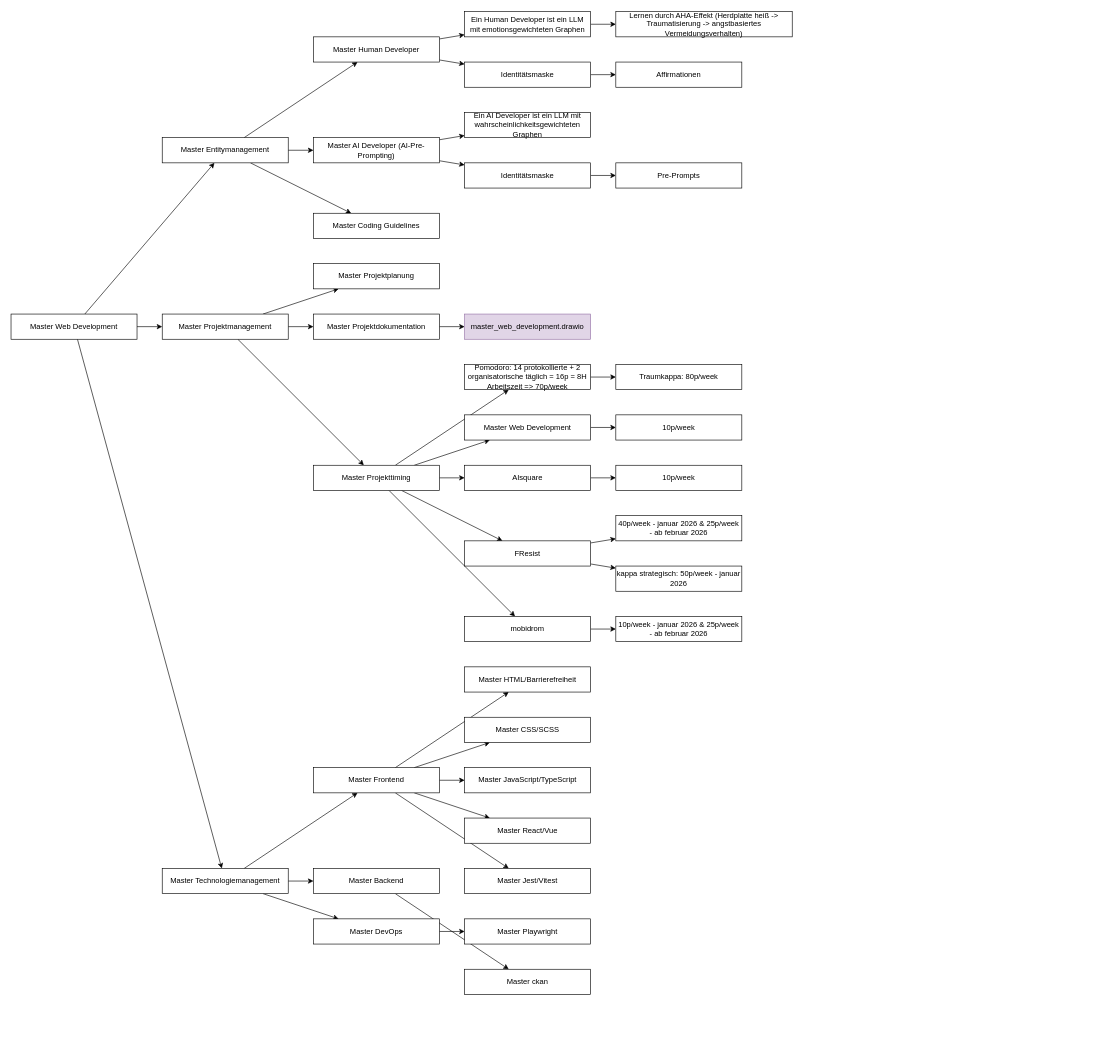
This is master_web_development.drawio from kephalosk/drawio-diagrams, a draw.io file, before an edit. Source tidied: cells renumbered, new cells numbered last; positions are measured from the earlier drawing's top-left corner, leaving out a move shared by most shapes. Both pictures are drawn from the tidied source at 63%, with x=0, y=0 at pixel (11, 11).
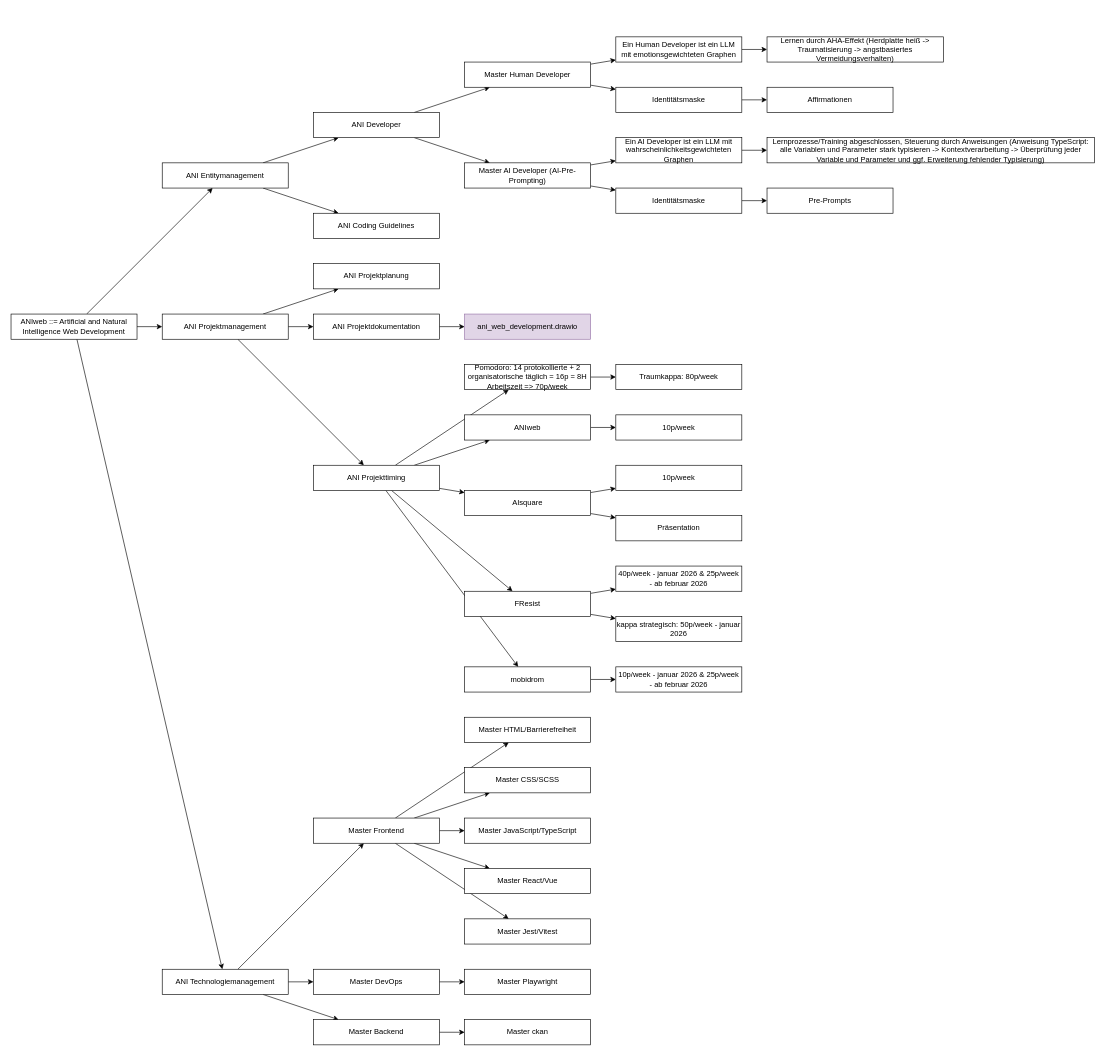
The same page after the edit.

The edit, as a diff of the source:
```diff
@@
-    <mxCell id="5" value="Master Web Development" style="rounded=0;whiteSpace=wrap;html=1;" parent="1" vertex="1">
+    <mxCell id="5" value="ANIweb ::= Artificial and Natural Intelligence Web Development" style="rounded=0;whiteSpace=wrap;html=1;" parent="1" vertex="1">
       <mxGeometry y="480" width="200" height="40" as="geometry" />
     </mxCell>
@@
-    <mxCell id="9" value="Master Projektmanagement" style="rounded=0;whiteSpace=wrap;html=1;" parent="1" vertex="1">
+    <mxCell id="9" value="ANI Projektmanagement" style="rounded=0;whiteSpace=wrap;html=1;" parent="1" vertex="1">
       <mxGeometry x="240" y="480" width="200" height="40" as="geometry" />
     </mxCell>
-    <mxCell id="10" style="rounded=0;jettySize=auto;html=1;" parent="1" edge="1" source="13" target="19">
-      <mxGeometry relative="1" as="geometry" />
-    </mxCell>
-    <mxCell id="11" style="edgeStyle=none;rounded=0;jettySize=auto;html=1;" parent="1" edge="1" source="13" target="16">
-      <mxGeometry relative="1" as="geometry" />
-    </mxCell>
@@
+    <mxCell id="79" style="edgeStyle=none;rounded=0;jettySize=auto;html=1;" parent="1" edge="1" source="13" target="84">
+      <mxGeometry relative="1" as="geometry" />
+    </mxCell>
-    <mxCell id="13" value="Master Entitymanagement" style="rounded=0;whiteSpace=wrap;html=1;" parent="1" vertex="1">
-      <mxGeometry x="240" y="200" width="200" height="40" as="geometry" />
+    <mxCell id="13" value="ANI Entitymanagement" style="rounded=0;whiteSpace=wrap;html=1;" parent="1" vertex="1">
+      <mxGeometry x="240" y="240" width="200" height="40" as="geometry" />
     </mxCell>
-    <mxCell id="14" style="edgeStyle=none;rounded=0;jettySize=auto;html=1;" parent="1" edge="1" source="16" target="21">
-      <mxGeometry relative="1" as="geometry" />
-    </mxCell>
-    <mxCell id="15" style="edgeStyle=none;rounded=0;jettySize=auto;html=1;" parent="1" edge="1" source="16" target="24">
-      <mxGeometry relative="1" as="geometry" />
-    </mxCell>
-    <mxCell id="16" value="Master Human Developer" style="rounded=0;whiteSpace=wrap;html=1;" parent="1" vertex="1">
-      <mxGeometry x="480" y="40" width="200" height="40" as="geometry" />
-    </mxCell>
-    <mxCell id="17" style="edgeStyle=none;rounded=0;jettySize=auto;html=1;" parent="1" edge="1" source="19" target="22">
-      <mxGeometry relative="1" as="geometry" />
-    </mxCell>
-    <mxCell id="18" style="edgeStyle=none;rounded=0;jettySize=auto;html=1;" parent="1" edge="1" source="19" target="26">
-      <mxGeometry relative="1" as="geometry" />
-    </mxCell>
-    <mxCell id="19" value="Master AI Developer (AI-Pre-Prompting)" style="rounded=0;whiteSpace=wrap;html=1;" parent="1" vertex="1">
-      <mxGeometry x="480" y="200" width="200" height="40" as="geometry" />
-    </mxCell>
-    <mxCell id="20" style="edgeStyle=none;rounded=0;jettySize=auto;html=1;" parent="1" edge="1" source="21" target="34">
-      <mxGeometry relative="1" as="geometry" />
-    </mxCell>
-    <mxCell id="21" value="Ein Human Developer ist ein LLM mit emotionsgewichteten Graphen" style="rounded=0;whiteSpace=wrap;html=1;" parent="1" vertex="1">
-      <mxGeometry x="720" width="200" height="40" as="geometry" />
-    </mxCell>
-    <mxCell id="22" value="Ein AI Developer ist ein LLM mit wahrscheinlichkeitsgewichteten Graphen" style="rounded=0;whiteSpace=wrap;html=1;" parent="1" vertex="1">
-      <mxGeometry x="720" y="160" width="200" height="40" as="geometry" />
-    </mxCell>
-    <mxCell id="23" style="edgeStyle=none;rounded=0;jettySize=auto;html=1;" parent="1" edge="1" source="24" target="32">
-      <mxGeometry relative="1" as="geometry" />
-    </mxCell>
-    <mxCell id="24" value="Identitätsmaske" style="rounded=0;whiteSpace=wrap;html=1;" parent="1" vertex="1">
-      <mxGeometry x="720" y="80" width="200" height="40" as="geometry" />
-    </mxCell>
-    <mxCell id="25" style="edgeStyle=none;rounded=0;jettySize=auto;html=1;" parent="1" edge="1" source="26" target="33">
-      <mxGeometry relative="1" as="geometry" />
-    </mxCell>
-    <mxCell id="26" value="Identitätsmaske" style="rounded=0;whiteSpace=wrap;html=1;" parent="1" vertex="1">
-      <mxGeometry x="720" y="240" width="200" height="40" as="geometry" />
-    </mxCell>
-    <mxCell id="27" value="Master Projektplanung" style="rounded=0;whiteSpace=wrap;html=1;" parent="1" vertex="1">
+    <mxCell id="27" value="ANI Projektplanung" style="rounded=0;whiteSpace=wrap;html=1;" parent="1" vertex="1">
       <mxGeometry x="480" y="400" width="200" height="40" as="geometry" />
     </mxCell>
@@
-    <mxCell id="31" value="Master Technologiemanagement" style="rounded=0;whiteSpace=wrap;html=1;" parent="1" vertex="1">
-      <mxGeometry x="240" y="1360" width="200" height="40" as="geometry" />
+    <mxCell id="31" value="ANI Technologiemanagement" style="rounded=0;whiteSpace=wrap;html=1;" parent="1" vertex="1">
+      <mxGeometry x="240" y="1520" width="200" height="40" as="geometry" />
     </mxCell>
-    <mxCell id="32" value="Affirmationen" style="rounded=0;whiteSpace=wrap;html=1;" parent="1" vertex="1">
-      <mxGeometry x="960" y="80" width="200" height="40" as="geometry" />
-    </mxCell>
-    <mxCell id="33" value="Pre-Prompts" style="rounded=0;whiteSpace=wrap;html=1;" parent="1" vertex="1">
-      <mxGeometry x="960" y="240" width="200" height="40" as="geometry" />
-    </mxCell>
-    <mxCell id="34" value="Lernen durch AHA-Effekt (Herdplatte heiß -&amp;gt; Traumatisierung -&amp;gt; angstbasiertes Vermeidungsverhalten)" style="rounded=0;whiteSpace=wrap;html=1;" parent="1" vertex="1">
-      <mxGeometry x="960" width="280" height="40" as="geometry" />
-    </mxCell>
@@
-    <mxCell id="40" value="Master Projekttiming" style="rounded=0;whiteSpace=wrap;html=1;" parent="1" vertex="1">
+    <mxCell id="40" value="ANI Projekttiming" style="rounded=0;whiteSpace=wrap;html=1;" parent="1" vertex="1">
       <mxGeometry x="480" y="720" width="200" height="40" as="geometry" />
     </mxCell>
@@
-    <mxCell id="42" value="Master Projektdokumentation" style="rounded=0;whiteSpace=wrap;html=1;" parent="1" vertex="1">
+    <mxCell id="42" value="ANI Projektdokumentation" style="rounded=0;whiteSpace=wrap;html=1;" parent="1" vertex="1">
       <mxGeometry x="480" y="480" width="200" height="40" as="geometry" />
     </mxCell>
-    <mxCell id="43" value="Master Coding Guidelines" style="rounded=0;whiteSpace=wrap;html=1;" parent="1" vertex="1">
+    <mxCell id="43" value="ANI Coding Guidelines" style="rounded=0;whiteSpace=wrap;html=1;" parent="1" vertex="1">
       <mxGeometry x="480" y="320" width="200" height="40" as="geometry" />
     </mxCell>
@@
     <mxCell id="49" value="Master Frontend" style="rounded=0;whiteSpace=wrap;html=1;" parent="1" vertex="1">
-      <mxGeometry x="480" y="1200" width="200" height="40" as="geometry" />
+      <mxGeometry x="480" y="1280" width="200" height="40" as="geometry" />
     </mxCell>
@@
     <mxCell id="51" value="Master Backend" style="rounded=0;whiteSpace=wrap;html=1;" parent="1" vertex="1">
-      <mxGeometry x="480" y="1360" width="200" height="40" as="geometry" />
+      <mxGeometry x="480" y="1600" width="200" height="40" as="geometry" />
     </mxCell>
@@
     <mxCell id="53" value="Master DevOps" style="rounded=0;whiteSpace=wrap;html=1;" parent="1" vertex="1">
-      <mxGeometry x="480" y="1440" width="200" height="40" as="geometry" />
+      <mxGeometry x="480" y="1520" width="200" height="40" as="geometry" />
     </mxCell>
     <mxCell id="54" value="Master JavaScript/TypeScript" style="rounded=0;whiteSpace=wrap;html=1;" parent="1" vertex="1">
-      <mxGeometry x="720" y="1200" width="200" height="40" as="geometry" />
+      <mxGeometry x="720" y="1280" width="200" height="40" as="geometry" />
     </mxCell>
     <mxCell id="55" value="Master CSS/SCSS" style="rounded=0;whiteSpace=wrap;html=1;" parent="1" vertex="1">
-      <mxGeometry x="720" y="1120" width="200" height="40" as="geometry" />
+      <mxGeometry x="720" y="1200" width="200" height="40" as="geometry" />
     </mxCell>
     <mxCell id="56" value="Master HTML/Barrierefreiheit" style="rounded=0;whiteSpace=wrap;html=1;" parent="1" vertex="1">
-      <mxGeometry x="720" y="1040" width="200" height="40" as="geometry" />
+      <mxGeometry x="720" y="1120" width="200" height="40" as="geometry" />
     </mxCell>
     <mxCell id="57" value="Master React/Vue" style="rounded=0;whiteSpace=wrap;html=1;" parent="1" vertex="1">
-      <mxGeometry x="720" y="1280" width="200" height="40" as="geometry" />
+      <mxGeometry x="720" y="1360" width="200" height="40" as="geometry" />
     </mxCell>
     <mxCell id="58" value="Master Jest/Vitest" style="rounded=0;whiteSpace=wrap;html=1;" parent="1" vertex="1">
-      <mxGeometry x="720" y="1360" width="200" height="40" as="geometry" />
+      <mxGeometry x="720" y="1440" width="200" height="40" as="geometry" />
     </mxCell>
     <mxCell id="59" value="Master Playwright" style="rounded=0;whiteSpace=wrap;html=1;" parent="1" vertex="1">
-      <mxGeometry x="720" y="1440" width="200" height="40" as="geometry" />
+      <mxGeometry x="720" y="1520" width="200" height="40" as="geometry" />
     </mxCell>
     <mxCell id="60" value="Master ckan" style="rounded=0;whiteSpace=wrap;html=1;" parent="1" vertex="1">
-      <mxGeometry x="720" y="1520" width="200" height="40" as="geometry" />
+      <mxGeometry x="720" y="1600" width="200" height="40" as="geometry" />
     </mxCell>
@@
-    <mxCell id="64" value="Master Web Development" style="rounded=0;whiteSpace=wrap;html=1;" parent="1" vertex="1">
+    <mxCell id="64" value="ANIweb" style="rounded=0;whiteSpace=wrap;html=1;" parent="1" vertex="1">
       <mxGeometry x="720" y="640" width="200" height="40" as="geometry" />
     </mxCell>
@@
+    <mxCell id="80" style="edgeStyle=none;rounded=0;jettySize=auto;html=1;" parent="1" edge="1" source="66" target="81">
+      <mxGeometry relative="1" as="geometry" />
+    </mxCell>
     <mxCell id="66" value="AIsquare" style="rounded=0;whiteSpace=wrap;html=1;" parent="1" vertex="1">
-      <mxGeometry x="720" y="720" width="200" height="40" as="geometry" />
+      <mxGeometry x="720" y="760" width="200" height="40" as="geometry" />
     </mxCell>
@@
     <mxCell id="69" value="FResist" style="rounded=0;whiteSpace=wrap;html=1;" parent="1" vertex="1">
-      <mxGeometry x="720" y="840" width="200" height="40" as="geometry" />
+      <mxGeometry x="720" y="920" width="200" height="40" as="geometry" />
     </mxCell>
@@
     <mxCell id="71" value="mobidrom" style="rounded=0;whiteSpace=wrap;html=1;" parent="1" vertex="1">
-      <mxGeometry x="720" y="960" width="200" height="40" as="geometry" />
+      <mxGeometry x="720" y="1040" width="200" height="40" as="geometry" />
     </mxCell>
@@
     <mxCell id="74" value="40p/week - januar 2026 &amp;amp; 25p/week - ab februar 2026" style="rounded=0;whiteSpace=wrap;html=1;" parent="1" vertex="1">
-      <mxGeometry x="960" y="800" width="200" height="40" as="geometry" />
+      <mxGeometry x="960" y="880" width="200" height="40" as="geometry" />
     </mxCell>
     <mxCell id="75" value="10p/week - januar 2026&amp;nbsp;&amp;amp; 25p/week - ab februar 2026" style="rounded=0;whiteSpace=wrap;html=1;" parent="1" vertex="1">
-      <mxGeometry x="960" y="960" width="200" height="40" as="geometry" />
+      <mxGeometry x="960" y="1040" width="200" height="40" as="geometry" />
     </mxCell>
     <mxCell id="76" value="kappa strategisch: 50p/week - januar 2026" style="rounded=0;whiteSpace=wrap;html=1;" parent="1" vertex="1">
-      <mxGeometry x="960" y="880" width="200" height="40" as="geometry" />
+      <mxGeometry x="960" y="960" width="200" height="40" as="geometry" />
     </mxCell>
-    <mxCell id="77" value="master_web_development.drawio" style="rounded=0;whiteSpace=wrap;html=1;fillColor=#e1d5e7;strokeColor=#9673a6;" parent="1" vertex="1">
+    <mxCell id="77" value="ani_web_development.drawio" style="rounded=0;whiteSpace=wrap;html=1;fillColor=#e1d5e7;strokeColor=#9673a6;" parent="1" vertex="1">
       <mxGeometry x="720" y="480" width="200" height="40" as="geometry" />
     </mxCell>
@@
+    <mxCell id="81" value="Präsentation" style="rounded=0;whiteSpace=wrap;html=1;" parent="1" vertex="1">
+      <mxGeometry x="960" y="800" width="200" height="40" as="geometry" />
+    </mxCell>
+    <mxCell id="82" style="rounded=0;jettySize=auto;html=1;" parent="1" edge="1" source="84" target="19">
+      <mxGeometry relative="1" as="geometry" />
+    </mxCell>
+    <mxCell id="83" style="edgeStyle=none;rounded=0;jettySize=auto;html=1;" parent="1" edge="1" source="84" target="16">
+      <mxGeometry relative="1" as="geometry" />
+    </mxCell>
+    <mxCell id="84" value="ANI Developer" style="rounded=0;whiteSpace=wrap;html=1;" parent="1" vertex="1">
+      <mxGeometry x="480" y="160" width="200" height="40" as="geometry" />
+    </mxCell>
+    <mxCell id="14" style="edgeStyle=none;rounded=0;jettySize=auto;html=1;" parent="1" edge="1" source="16" target="21">
+      <mxGeometry relative="1" as="geometry" />
+    </mxCell>
+    <mxCell id="85" style="edgeStyle=none;rounded=0;jettySize=auto;html=1;" parent="1" edge="1" source="16" target="89">
+      <mxGeometry relative="1" as="geometry" />
+    </mxCell>
+    <mxCell id="16" value="Master Human Developer" style="rounded=0;whiteSpace=wrap;html=1;" parent="1" vertex="1">
+      <mxGeometry x="720" y="80" width="200" height="40" as="geometry" />
+    </mxCell>
+    <mxCell id="17" style="edgeStyle=none;rounded=0;jettySize=auto;html=1;" parent="1" edge="1" source="19" target="22">
+      <mxGeometry relative="1" as="geometry" />
+    </mxCell>
+    <mxCell id="86" style="edgeStyle=none;rounded=0;jettySize=auto;html=1;" parent="1" edge="1" source="19" target="91">
+      <mxGeometry relative="1" as="geometry" />
+    </mxCell>
+    <mxCell id="19" value="Master AI Developer (AI-Pre-Prompting)" style="rounded=0;whiteSpace=wrap;html=1;" parent="1" vertex="1">
+      <mxGeometry x="720" y="240" width="200" height="40" as="geometry" />
+    </mxCell>
+    <mxCell id="20" style="edgeStyle=none;rounded=0;jettySize=auto;html=1;" parent="1" edge="1" source="21" target="34">
+      <mxGeometry relative="1" as="geometry" />
+    </mxCell>
+    <mxCell id="21" value="Ein Human Developer ist ein LLM mit emotionsgewichteten Graphen" style="rounded=0;whiteSpace=wrap;html=1;" parent="1" vertex="1">
+      <mxGeometry x="960" y="40" width="200" height="40" as="geometry" />
+    </mxCell>
+    <mxCell id="87" style="edgeStyle=none;rounded=0;jettySize=auto;html=1;" parent="1" edge="1" source="22" target="92">
+      <mxGeometry relative="1" as="geometry" />
+    </mxCell>
+    <mxCell id="22" value="Ein AI Developer ist ein LLM mit wahrscheinlichkeitsgewichteten Graphen" style="rounded=0;whiteSpace=wrap;html=1;" parent="1" vertex="1">
+      <mxGeometry x="960" y="200" width="200" height="40" as="geometry" />
+    </mxCell>
+    <mxCell id="88" style="edgeStyle=none;rounded=0;jettySize=auto;html=1;" parent="1" edge="1" source="89" target="32">
+      <mxGeometry relative="1" as="geometry" />
+    </mxCell>
+    <mxCell id="89" value="Identitätsmaske" style="rounded=0;whiteSpace=wrap;html=1;" parent="1" vertex="1">
+      <mxGeometry x="960" y="120" width="200" height="40" as="geometry" />
+    </mxCell>
+    <mxCell id="90" style="edgeStyle=none;rounded=0;jettySize=auto;html=1;" parent="1" edge="1" source="91" target="33">
+      <mxGeometry relative="1" as="geometry" />
+    </mxCell>
+    <mxCell id="91" value="Identitätsmaske" style="rounded=0;whiteSpace=wrap;html=1;" parent="1" vertex="1">
+      <mxGeometry x="960" y="280" width="200" height="40" as="geometry" />
+    </mxCell>
+    <mxCell id="32" value="Affirmationen" style="rounded=0;whiteSpace=wrap;html=1;" parent="1" vertex="1">
+      <mxGeometry x="1200" y="120" width="200" height="40" as="geometry" />
+    </mxCell>
+    <mxCell id="33" value="Pre-Prompts" style="rounded=0;whiteSpace=wrap;html=1;" parent="1" vertex="1">
+      <mxGeometry x="1200" y="280" width="200" height="40" as="geometry" />
+    </mxCell>
+    <mxCell id="34" value="Lernen durch AHA-Effekt (Herdplatte heiß -&amp;gt; Traumatisierung -&amp;gt; angstbasiertes Vermeidungsverhalten)" style="rounded=0;whiteSpace=wrap;html=1;" parent="1" vertex="1">
+      <mxGeometry x="1200" y="40" width="280" height="40" as="geometry" />
+    </mxCell>
+    <mxCell id="92" value="Lernprozesse/Training abgeschlossen, Steuerung durch Anweisungen (Anweisung TypeScript: alle Variablen und Parameter stark typisieren -&amp;gt; Kontextverarbeitung -&amp;gt; Überprüfung jeder Variable und Parameter und ggf. Erweiterung fehlender Typisierung)" style="rounded=0;whiteSpace=wrap;html=1;" parent="1" vertex="1">
+      <mxGeometry x="1200" y="200" width="520" height="40" as="geometry" />
+    </mxCell>
```
